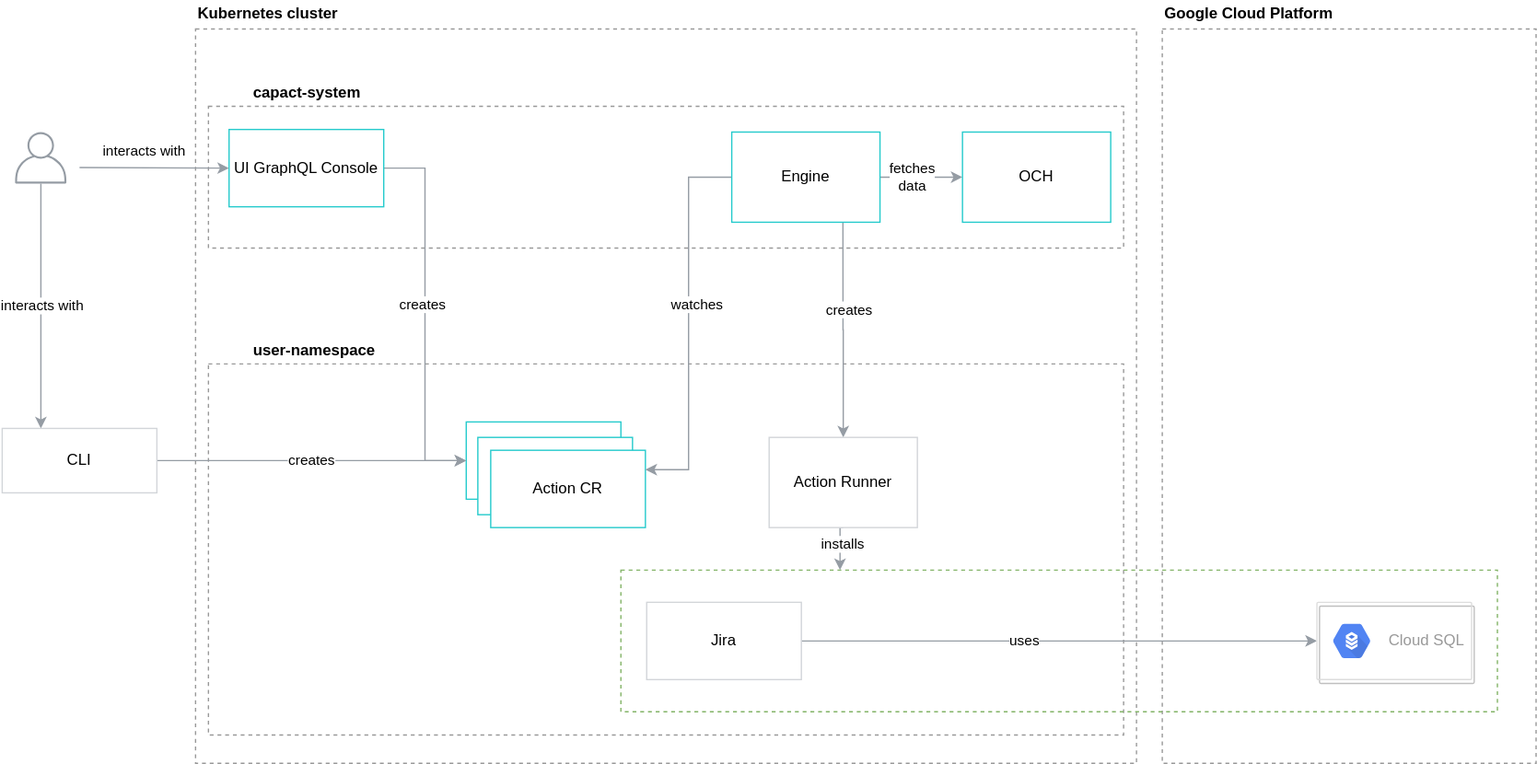
This is docs/example/assets/install-gcp.svg from capactio/website, a draw.io export, as it was before one commit. Source tidied: cells renumbered, new cells last; positions are measured from the earlier drawing's top-left corner, leaving out a move shared by most shapes.
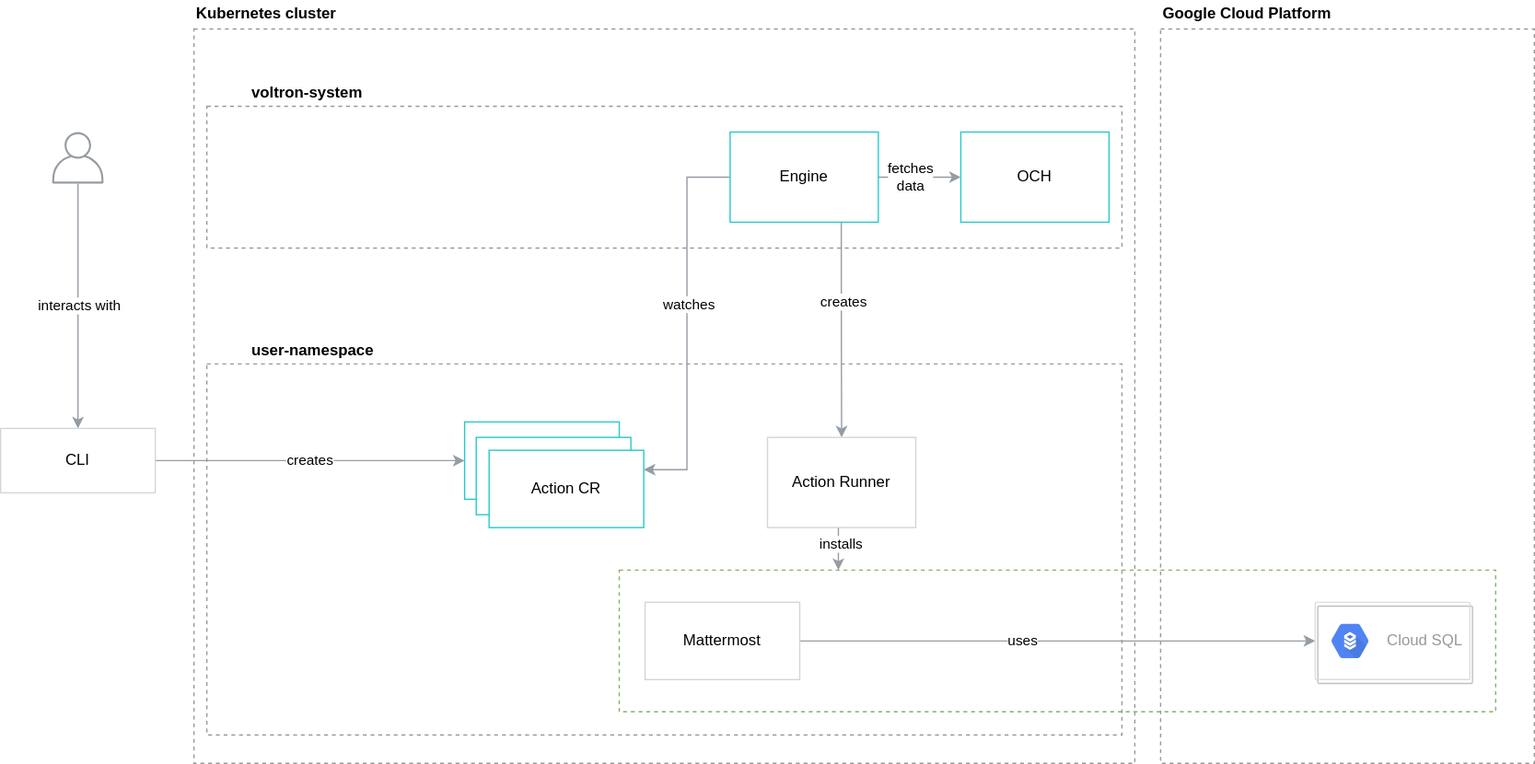
The same file after the commit.

Change to the diagram source:
```diff
@@ -24,7 +24,7 @@
       </mxGeometry>
     </mxCell>
     <mxCell id="8" style="fontColor=#232F3E;gradientColor=none;strokeColor=none;dashed=0;verticalLabelPosition=bottom;verticalAlign=top;align=center;html=1;fontSize=12;fontStyle=0;shape=mxgraph.aws4.user;fillColor=#959CA4;" parent="1" vertex="1">
-      <mxGeometry x="10" y="102" width="40" height="40" as="geometry" />
+      <mxGeometry x="40" y="102" width="40" height="40" as="geometry" />
     </mxCell>
     <mxCell id="9" style="edgeStyle=orthogonalEdgeStyle;rounded=0;jettySize=auto;html=1;exitX=1;exitY=0.5;exitDx=0;exitDy=0;strokeColor=#959CA4;" parent="1" edge="1" source="11" target="34">
       <mxGeometry relative="1" as="geometry" />
@@ -32,31 +32,12 @@
     <mxCell id="10" value="uses" style="edgeLabel;html=1;align=center;verticalAlign=middle;" parent="9" vertex="1">
       <mxGeometry x="-0.14" y="1" relative="1" as="geometry" />
     </mxCell>
-    <mxCell id="11" value="Jira" style="rounded=0;whiteSpace=wrap;html=1;strokeColor=#D2D5D9;" parent="1" vertex="1">
+    <mxCell id="11" value="Mattermost" style="rounded=0;whiteSpace=wrap;html=1;strokeColor=#D2D5D9;" parent="1" vertex="1">
       <mxGeometry x="500" y="467" width="120" height="60" as="geometry" />
     </mxCell>
     <mxCell id="12" value="&lt;b&gt;Kubernetes cluster&lt;/b&gt;" style="text;html=1;strokeColor=none;fillColor=none;align=left;verticalAlign=middle;whiteSpace=wrap;rounded=0;" parent="1" vertex="1">
       <mxGeometry x="150" width="120" height="20" as="geometry" />
     </mxCell>
-    <mxCell id="13" style="edgeStyle=orthogonalEdgeStyle;rounded=0;jettySize=auto;html=1;exitX=1;exitY=0.5;exitDx=0;exitDy=0;strokeColor=#959CA4;entryX=0;entryY=0.5;entryDx=0;entryDy=0;" parent="1" edge="1" source="15" target="18">
-      <mxGeometry relative="1" as="geometry" />
-    </mxCell>
-    <mxCell id="14" value="creates" style="edgeLabel;html=1;align=center;verticalAlign=middle;" parent="13" vertex="1">
-      <mxGeometry x="-0.06" y="-3" relative="1" as="geometry" />
-    </mxCell>
-    <mxCell id="15" value="UI GraphQL Console" style="rounded=0;whiteSpace=wrap;html=1;strokeColor=#24CACC;" parent="1" vertex="1">
-      <mxGeometry x="176" y="100" width="120" height="60" as="geometry" />
-    </mxCell>
-    <mxCell id="16" style="endArrow=classic;html=1;entryX=0;entryY=0.5;entryDx=0;entryDy=0;strokeColor=#959CA4;" parent="1" edge="1" target="15">
-      <mxGeometry relative="1" as="geometry">
-        <mxPoint x="60" y="129.5" as="sourcePoint" />
-      </mxGeometry>
-    </mxCell>
-    <mxCell id="17" value="interacts with" style="edgeLabel;html=1;align=center;verticalAlign=middle;" parent="16" vertex="1">
-      <mxGeometry x="-0.24" y="-2" relative="1" as="geometry">
-        <mxPoint x="6" y="-15" as="offset" />
-      </mxGeometry>
-    </mxCell>
     <mxCell id="18" value="Action CR" style="rounded=0;whiteSpace=wrap;html=1;strokeColor=#24CACC;" parent="1" vertex="1">
       <mxGeometry x="360" y="327" width="120" height="60" as="geometry" />
     </mxCell>
@@ -71,14 +52,16 @@
     </mxCell>
     <mxCell id="22" value="watches" style="edgeLabel;html=1;align=center;verticalAlign=middle;" parent="21" vertex="1">
       <mxGeometry x="0.1" y="3" relative="1" as="geometry">
-        <mxPoint x="2.5" y="-30.5" as="offset" />
+        <mxPoint x="-2" y="-30" as="offset" />
       </mxGeometry>
     </mxCell>
     <mxCell id="23" style="edgeStyle=orthogonalEdgeStyle;rounded=0;jettySize=auto;html=1;exitX=0.75;exitY=1;exitDx=0;exitDy=0;strokeColor=#959CA4;" parent="1" edge="1" source="27" target="30">
       <mxGeometry relative="1" as="geometry" />
     </mxCell>
     <mxCell id="24" value="creates" style="edgeLabel;html=1;align=center;verticalAlign=middle;" parent="23" vertex="1">
-      <mxGeometry x="-0.19" y="4" relative="1" as="geometry" />
+      <mxGeometry x="-0.19" y="4" relative="1" as="geometry">
+        <mxPoint x="-3" y="-6" as="offset" />
+      </mxGeometry>
     </mxCell>
     <mxCell id="25" style="edgeStyle=orthogonalEdgeStyle;rounded=0;jettySize=auto;html=1;strokeColor=#959CA4;" parent="1" edge="1" source="27" target="36">
       <mxGeometry relative="1" as="geometry" />
@@ -118,9 +101,10 @@
     <mxCell id="36" value="OCH" style="rounded=0;whiteSpace=wrap;html=1;strokeColor=#24CACC;" parent="1" vertex="1">
       <mxGeometry x="745" y="102" width="115" height="70" as="geometry" />
     </mxCell>
-    <mxCell id="37" style="edgeStyle=orthogonalEdgeStyle;rounded=0;jettySize=auto;html=1;entryX=0.25;entryY=0;entryDx=0;entryDy=0;strokeColor=#959CA4;" parent="1" edge="1" target="40">
+    <mxCell id="37" style="edgeStyle=orthogonalEdgeStyle;rounded=0;orthogonalLoop=1;jettySize=auto;html=1;entryX=0.25;entryY=0;entryDx=0;entryDy=0;strokeColor=#959CA4;" parent="1" edge="1">
       <mxGeometry relative="1" as="geometry">
-        <mxPoint x="30" y="142" as="sourcePoint" />
+        <mxPoint x="60" y="142" as="sourcePoint" />
+        <mxPoint x="60" y="332" as="targetPoint" />
       </mxGeometry>
     </mxCell>
     <mxCell id="38" value="interacts with" style="edgeLabel;html=1;align=center;verticalAlign=middle;" parent="37" vertex="1">
```
